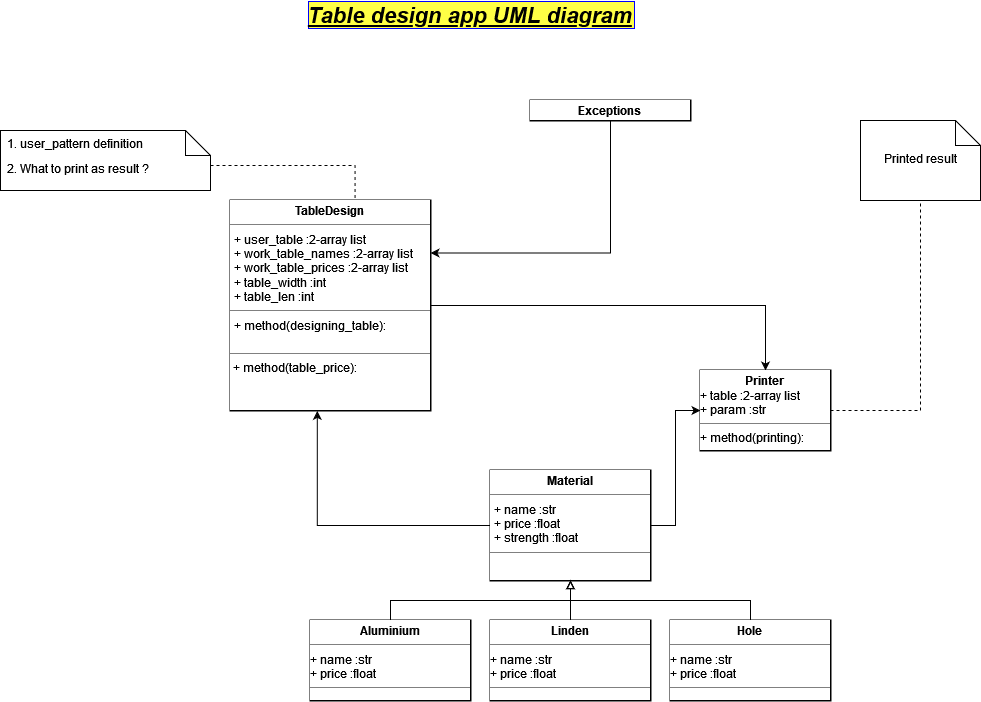
jordrag/Exercises keeps this draw.io diagram as Table/images/Table_design_UML.drawio.png. Above is the earlier version. Source tidied: cells renumbered, new cells last; positions are measured from the earlier drawing's top-left corner, leaving out a move shared by most shapes.
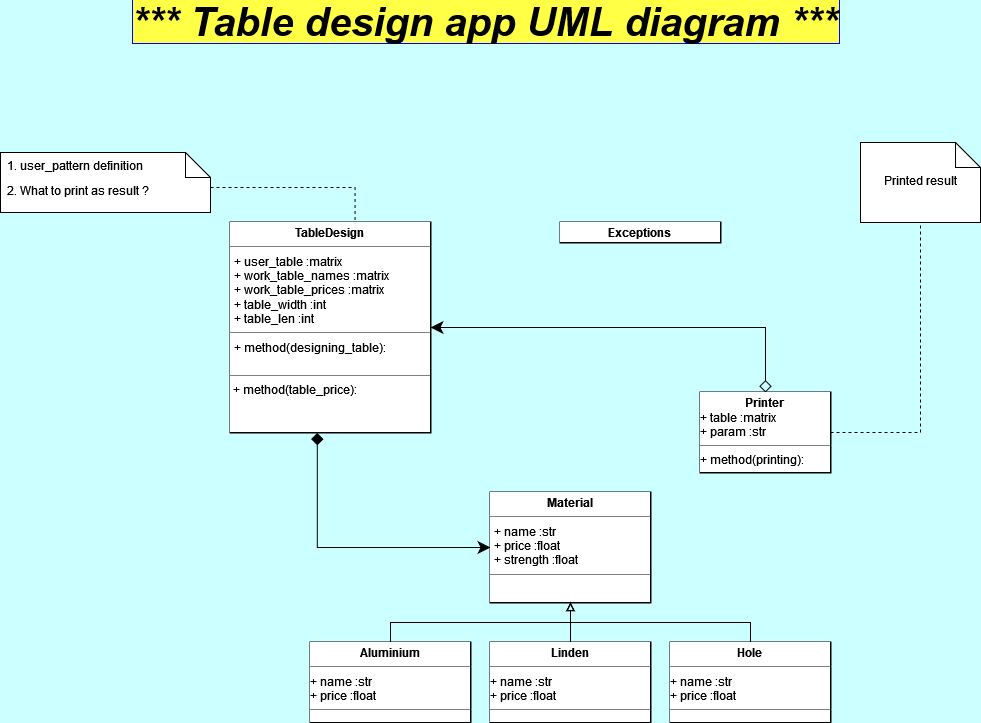
After the change.

Commit message:
with UML diagram

Change to the diagram source:
```diff
@@ -1,9 +1,9 @@
-<mxGraphModel>
+<mxGraphModel background="#CCFFFF">
   <root>
     <mxCell id="0" />
     <mxCell id="1" parent="0" />
-    <mxCell id="2" value="Table design app UML diagram" style="text;align=center;fontStyle=7;verticalAlign=middle;spacingLeft=3;spacingRight=3;strokeColor=none;fillColor=none;rounded=0;glass=0;fontSize=22;labelBackgroundColor=#FFFF45;labelBorderColor=#0000FF;" parent="1" vertex="1">
-      <mxGeometry x="390" width="160" height="26" as="geometry" />
+    <mxCell id="2" value="*** Table design app UML diagram ***" style="text;align=center;fontStyle=3;verticalAlign=middle;spacingLeft=3;spacingRight=3;strokeColor=none;fillColor=none;rounded=0;glass=0;fontSize=40;labelBackgroundColor=#FFFF45;labelBorderColor=#0000FF;" parent="1" vertex="1">
+      <mxGeometry x="390" y="-10" width="190" height="10" as="geometry" />
     </mxCell>
     <mxCell id="3" style="edgeStyle=orthogonalEdgeStyle;rounded=0;orthogonalLoop=1;jettySize=auto;html=1;exitX=1;exitY=0.5;exitDx=0;exitDy=0;entryX=0.257;entryY=-0.013;entryDx=0;entryDy=0;entryPerimeter=0;fontSize=16;startArrow=none;startFill=0;endArrow=none;endFill=0;dashed=1;" parent="1" edge="1">
       <mxGeometry relative="1" as="geometry">
@@ -11,10 +11,10 @@
         <mxPoint x="354.5" y="197.8" as="targetPoint" />
       </mxGeometry>
     </mxCell>
-    <mxCell id="4" value="&lt;p style=&quot;margin:0px;margin-top:4px;text-align:center;&quot;&gt;&lt;b&gt;TableDesign&lt;/b&gt;&lt;br&gt;&lt;/p&gt;&lt;hr size=&quot;1&quot;&gt;&lt;p style=&quot;margin:0px;margin-left:4px;&quot;&gt;+ user_table :2-array list&lt;br&gt;&lt;/p&gt;&lt;p style=&quot;margin:0px;margin-left:4px;&quot;&gt;+ work_table_names :2-array list&lt;/p&gt;&lt;p style=&quot;margin:0px;margin-left:4px;&quot;&gt;+ work_table_prices :2-array list&lt;/p&gt;&lt;p style=&quot;margin:0px;margin-left:4px;&quot;&gt;+ table_width :int&lt;br&gt;&lt;/p&gt;&lt;p style=&quot;margin:0px;margin-left:4px;&quot;&gt;+ table_len :int&lt;br&gt;&lt;/p&gt;&lt;hr size=&quot;1&quot;&gt;&lt;p style=&quot;margin:0px;margin-left:4px;&quot;&gt;+ method(designing_table):&lt;/p&gt;&lt;p style=&quot;margin:0px;margin-left:4px;&quot;&gt;&lt;br&gt;&lt;/p&gt;&lt;hr size=&quot;1&quot;&gt;&amp;nbsp;+ method(table_price):&lt;p style=&quot;margin:0px;margin-left:4px;&quot;&gt;&amp;nbsp;&lt;/p&gt;" style="verticalAlign=top;align=left;overflow=fill;fontSize=12;fontFamily=Helvetica;html=1;rounded=0;glass=0;labelBackgroundColor=#FFFFFF;labelBorderColor=none;fillColor=none;perimeterSpacing=0;strokeColor=default;strokeWidth=2;fillStyle=solid;gradientColor=default;" parent="1" vertex="1">
+    <mxCell id="4" value="&lt;p style=&quot;margin:0px;margin-top:4px;text-align:center;&quot;&gt;&lt;b&gt;TableDesign&lt;/b&gt;&lt;br&gt;&lt;/p&gt;&lt;hr size=&quot;1&quot;&gt;&lt;p style=&quot;margin:0px;margin-left:4px;&quot;&gt;+ user_table :matrix&lt;br&gt;&lt;/p&gt;&lt;p style=&quot;margin:0px;margin-left:4px;&quot;&gt;+ work_table_names :matrix&lt;/p&gt;&lt;p style=&quot;margin:0px;margin-left:4px;&quot;&gt;+ work_table_prices :matrix&lt;/p&gt;&lt;p style=&quot;margin:0px;margin-left:4px;&quot;&gt;+ table_width :int&lt;br&gt;&lt;/p&gt;&lt;p style=&quot;margin:0px;margin-left:4px;&quot;&gt;+ table_len :int&lt;br&gt;&lt;/p&gt;&lt;hr size=&quot;1&quot;&gt;&lt;p style=&quot;margin:0px;margin-left:4px;&quot;&gt;+ method(designing_table):&lt;/p&gt;&lt;p style=&quot;margin:0px;margin-left:4px;&quot;&gt;&lt;br&gt;&lt;/p&gt;&lt;hr size=&quot;1&quot;&gt;&amp;nbsp;+ method(table_price):&lt;p style=&quot;margin:0px;margin-left:4px;&quot;&gt;&amp;nbsp;&lt;/p&gt;" style="verticalAlign=top;align=left;overflow=fill;fontSize=12;fontFamily=Helvetica;html=1;rounded=0;glass=0;labelBackgroundColor=#FFFFFF;labelBorderColor=none;fillColor=none;perimeterSpacing=0;strokeColor=default;strokeWidth=2;fillStyle=solid;gradientColor=default;" parent="1" vertex="1">
       <mxGeometry x="230" y="200" width="200" height="210" as="geometry" />
     </mxCell>
-    <mxCell id="5" style="edgeStyle=orthogonalEdgeStyle;rounded=0;jettySize=auto;html=1;exitX=0;exitY=0.5;exitDx=0;exitDy=0;entryX=0.434;entryY=1.002;entryDx=0;entryDy=0;entryPerimeter=0;startArrow=none;startFill=0;endArrow=classic;endFill=1;" parent="1" edge="1" source="6" target="4">
+    <mxCell id="5" style="edgeStyle=orthogonalEdgeStyle;rounded=0;jettySize=auto;html=1;exitX=0;exitY=0.5;exitDx=0;exitDy=0;entryX=0.434;entryY=1.002;entryDx=0;entryDy=0;entryPerimeter=0;startArrow=classic;startFill=1;endArrow=diamond;endFill=1;endSize=10;startSize=10;" parent="1" edge="1" source="6" target="4">
       <mxGeometry relative="1" as="geometry" />
     </mxCell>
     <mxCell id="6" value="&lt;p style=&quot;margin:0px;margin-top:4px;text-align:center;&quot;&gt;&lt;b&gt;Material&lt;/b&gt;&lt;br&gt;&lt;/p&gt;&lt;hr size=&quot;1&quot;&gt;&lt;p style=&quot;margin:0px;margin-left:4px;&quot;&gt;+ name :str&lt;br&gt;&lt;/p&gt;&lt;p style=&quot;margin:0px;margin-left:4px;&quot;&gt;+ price :float&lt;br&gt;&lt;/p&gt;&lt;p style=&quot;margin:0px;margin-left:4px;&quot;&gt;+ strength :float&lt;br&gt;&lt;/p&gt;&lt;hr size=&quot;1&quot;&gt;" style="verticalAlign=top;align=left;overflow=fill;fontSize=12;fontFamily=Helvetica;html=1;rounded=0;glass=0;labelBackgroundColor=#FFFFFF;labelBorderColor=none;fillColor=none;perimeterSpacing=0;strokeColor=default;strokeWidth=2;fillStyle=solid;gradientColor=default;" parent="1" vertex="1">
@@ -43,31 +43,25 @@
     <mxCell id="13" value="&lt;p style=&quot;margin:0px;margin-top:4px;text-align:center;&quot;&gt;&lt;b&gt;Hole&lt;/b&gt;&lt;br&gt;&lt;/p&gt;&lt;hr size=&quot;1&quot;&gt;+ name :str&lt;br&gt;+ price :float&lt;hr size=&quot;1&quot;&gt;" style="verticalAlign=top;align=left;overflow=fill;fontSize=12;fontFamily=Helvetica;html=1;rounded=0;glass=0;labelBackgroundColor=#FFFFFF;labelBorderColor=none;fillColor=none;perimeterSpacing=0;strokeColor=default;strokeWidth=2;fillStyle=solid;gradientColor=default;" parent="1" vertex="1">
       <mxGeometry x="670" y="620" width="160" height="80" as="geometry" />
     </mxCell>
-    <mxCell id="14" style="edgeStyle=orthogonalEdgeStyle;rounded=0;jettySize=auto;html=1;exitX=0.5;exitY=0;exitDx=0;exitDy=0;startArrow=classic;startFill=1;endArrow=none;endFill=0;" parent="1" edge="1" source="22" target="4">
+    <mxCell id="14" style="edgeStyle=orthogonalEdgeStyle;rounded=0;jettySize=auto;html=1;exitX=0.5;exitY=0;exitDx=0;exitDy=0;startArrow=diamond;startFill=0;endArrow=classic;endFill=1;startSize=10;endSize=10;sourcePerimeterSpacing=0;" parent="1" edge="1" source="22" target="4">
       <mxGeometry relative="1" as="geometry" />
     </mxCell>
     <mxCell id="15" style="edgeStyle=orthogonalEdgeStyle;rounded=0;jettySize=auto;html=1;exitX=1;exitY=0.5;exitDx=0;exitDy=0;entryX=0.5;entryY=1;entryDx=0;entryDy=0;entryPerimeter=0;startArrow=none;startFill=0;endArrow=none;endFill=0;dashed=1;" parent="1" edge="1" source="22" target="21">
       <mxGeometry relative="1" as="geometry" />
     </mxCell>
-    <mxCell id="16" style="edgeStyle=orthogonalEdgeStyle;rounded=0;jettySize=auto;html=1;fontSize=16;startArrow=none;startFill=0;endArrow=classic;endFill=1;entryX=0;entryY=0.5;entryDx=0;entryDy=0;" parent="1" edge="1" source="6" target="22">
-      <mxGeometry relative="1" as="geometry" />
-    </mxCell>
     <mxCell id="17" value="2. What to print as result ?" style="shape=note2;boundedLbl=1;whiteSpace=wrap;html=1;size=25;verticalAlign=top;align=left;spacingLeft=5;" parent="1" vertex="1">
       <mxGeometry y="130" width="210" height="60" as="geometry" />
     </mxCell>
     <mxCell id="18" value="1. user_pattern definition" style="strokeColor=none;fillColor=none;align=left;spacingLeft=5;" parent="17" vertex="1">
       <mxGeometry width="196.88" height="25" relative="1" as="geometry" />
     </mxCell>
-    <mxCell id="19" style="edgeStyle=orthogonalEdgeStyle;rounded=0;jettySize=auto;html=1;exitX=0.5;exitY=1;exitDx=0;exitDy=0;entryX=1;entryY=0.25;entryDx=0;entryDy=0;startArrow=none;startFill=0;endArrow=classic;endFill=1;" parent="1" edge="1" source="20" target="4">
-      <mxGeometry relative="1" as="geometry" />
-    </mxCell>
     <mxCell id="20" value="&lt;p style=&quot;margin:0px;margin-top:4px;text-align:center;&quot;&gt;&lt;b&gt;Exceptions&lt;/b&gt;&lt;br&gt;&lt;/p&gt;&lt;hr size=&quot;1&quot;&gt;&lt;br&gt;&lt;hr size=&quot;1&quot;&gt;" style="verticalAlign=top;align=left;overflow=fill;fontSize=12;fontFamily=Helvetica;html=1;rounded=0;glass=0;labelBackgroundColor=#FFFFFF;labelBorderColor=none;fillColor=none;perimeterSpacing=0;strokeColor=default;strokeWidth=2;fillStyle=solid;gradientColor=default;" parent="1" vertex="1">
-      <mxGeometry x="530" y="100" width="160" height="20" as="geometry" />
+      <mxGeometry x="560" y="200" width="160" height="20" as="geometry" />
     </mxCell>
     <mxCell id="21" value="Printed result" style="shape=note2;boundedLbl=1;whiteSpace=wrap;html=1;size=25;verticalAlign=top;align=center;" parent="1" vertex="1">
       <mxGeometry x="860" y="120" width="120" height="80" as="geometry" />
     </mxCell>
-    <mxCell id="22" value="&lt;p style=&quot;margin:0px;margin-top:4px;text-align:center;&quot;&gt;&lt;b&gt;Printer&lt;/b&gt;&lt;br&gt;&lt;/p&gt;&lt;div&gt;+ table :2-array list&lt;br&gt;&lt;/div&gt;&lt;div&gt;+ param :str&lt;br&gt;&lt;/div&gt;&lt;hr size=&quot;1&quot;&gt;&lt;div&gt;+ method(printing):&lt;/div&gt;&lt;hr size=&quot;1&quot;&gt;" style="verticalAlign=top;align=left;overflow=fill;fontSize=12;fontFamily=Helvetica;html=1;rounded=0;glass=0;labelBackgroundColor=#FFFFFF;labelBorderColor=none;fillColor=none;perimeterSpacing=0;strokeColor=default;strokeWidth=2;fillStyle=solid;gradientColor=default;" parent="1" vertex="1">
+    <mxCell id="22" value="&lt;p style=&quot;margin:0px;margin-top:4px;text-align:center;&quot;&gt;&lt;b&gt;Printer&lt;/b&gt;&lt;br&gt;&lt;/p&gt;&lt;div&gt;+ table :matrix&lt;br&gt;&lt;/div&gt;&lt;div&gt;+ param :str&lt;br&gt;&lt;/div&gt;&lt;hr size=&quot;1&quot;&gt;&lt;div&gt;+ method(printing):&lt;/div&gt;&lt;hr size=&quot;1&quot;&gt;" style="verticalAlign=top;align=left;overflow=fill;fontSize=12;fontFamily=Helvetica;html=1;rounded=0;glass=0;labelBackgroundColor=#FFFFFF;labelBorderColor=none;fillColor=none;perimeterSpacing=0;strokeColor=default;strokeWidth=2;fillStyle=solid;gradientColor=default;" parent="1" vertex="1">
       <mxGeometry x="700" y="370" width="130" height="80" as="geometry" />
     </mxCell>
   </root>
```
